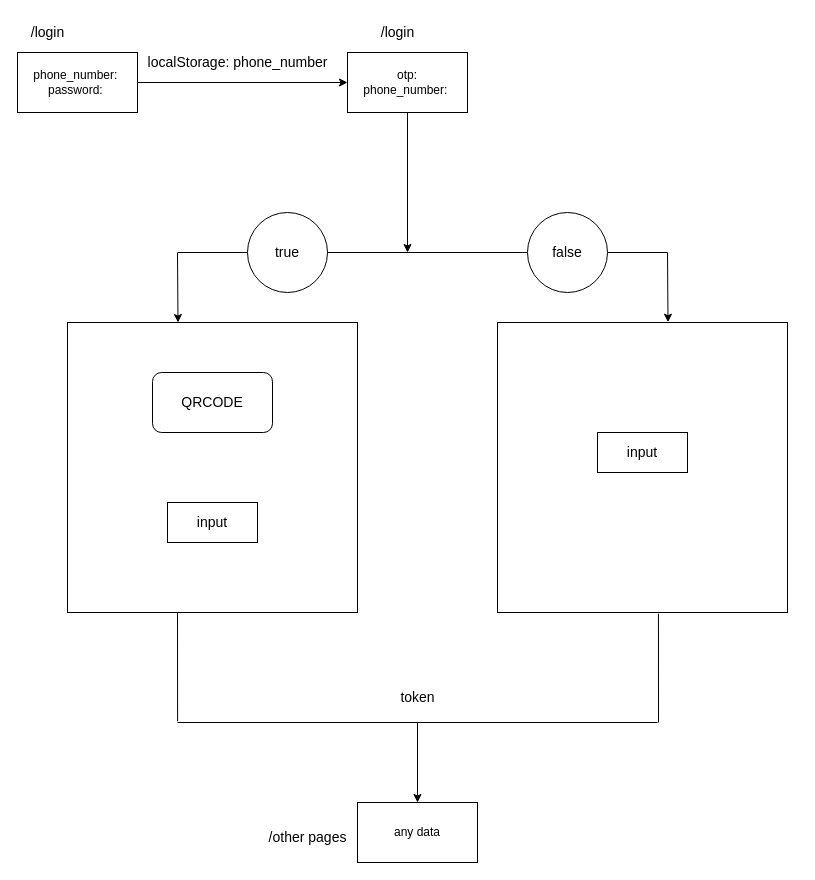
This is employee-login.drawio from MontaserHassan/Auth-DS-Mongo, a draw.io file, before an edit. Source tidied: cells renumbered, new cells numbered last; positions are measured from the earlier drawing's top-left corner, leaving out a move shared by most shapes. Both pictures are drawn from the tidied source at 100%, with x=0, y=0 at pixel (17, 17).
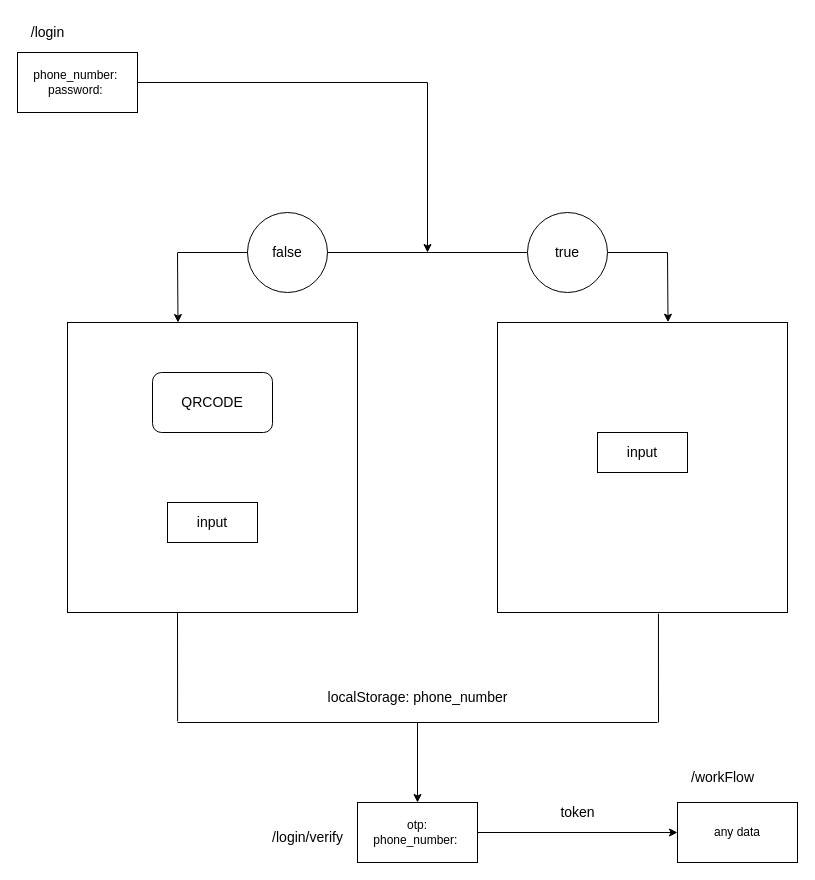
The same page after the edit.

Commit message (it also covers changes not shown here):
add employee OTP logic and update postman collection

Unchanged cells that the change refers to:
```xml
<mxCell id="3" value="phone_number:&amp;nbsp;&lt;br&gt;password:&amp;nbsp;" style="rounded=0;whiteSpace=wrap;html=1;" parent="1" vertex="1">
  <mxGeometry y="35" width="120" height="60" as="geometry" />
</mxCell>
```

What changed in the source:
```diff
@@
-    <mxCell id="2" style="edgeStyle=none;html=1;entryX=0;entryY=0.5;entryDx=0;entryDy=0;" parent="1" edge="1" source="3" target="5">
-      <mxGeometry relative="1" as="geometry" />
+    <mxCell id="2" style="edgeStyle=none;html=1;entryX=0;entryY=0.5;entryDx=0;entryDy=0;" parent="1" edge="1" target="5">
+      <mxGeometry relative="1" as="geometry">
+        <mxPoint x="450" y="815" as="sourcePoint" />
+      </mxGeometry>
     </mxCell>
@@
-    <mxCell id="4" style="edgeStyle=none;html=1;fontSize=14;" parent="1" edge="1" source="5">
-      <mxGeometry relative="1" as="geometry">
-        <mxPoint x="390" y="235" as="targetPoint" />
-      </mxGeometry>
-    </mxCell>
-    <mxCell id="5" value="otp:&lt;br&gt;phone_number:&amp;nbsp;" style="rounded=0;whiteSpace=wrap;html=1;" parent="1" vertex="1">
-      <mxGeometry x="330" y="35" width="120" height="60" as="geometry" />
+    <mxCell id="5" value="any data" style="rounded=0;whiteSpace=wrap;html=1;" parent="1" vertex="1">
+      <mxGeometry x="660" y="785" width="120" height="60" as="geometry" />
     </mxCell>
@@
-    <mxCell id="7" value="&lt;font style=&quot;font-size: 14px;&quot;&gt;/login&lt;/font&gt;" style="text;html=1;align=center;verticalAlign=middle;strokeColor=none;fillColor=none;" parent="1" vertex="1">
-      <mxGeometry x="350" width="60" height="30" as="geometry" />
-    </mxCell>
-    <mxCell id="8" value="localStorage: phone_number" style="text;html=1;align=center;verticalAlign=middle;strokeColor=none;fillColor=none;fontSize=14;" parent="1" vertex="1">
-      <mxGeometry x="120" y="30" width="200" height="30" as="geometry" />
-    </mxCell>
@@
-    <mxCell id="14" value="false" style="ellipse;whiteSpace=wrap;html=1;fontSize=14;" parent="1" vertex="1">
+    <mxCell id="14" value="true" style="ellipse;whiteSpace=wrap;html=1;fontSize=14;" parent="1" vertex="1">
       <mxGeometry x="510" y="195" width="80" height="80" as="geometry" />
     </mxCell>
-    <mxCell id="15" value="true" style="ellipse;whiteSpace=wrap;html=1;fontSize=14;" parent="1" vertex="1">
+    <mxCell id="15" value="false" style="ellipse;whiteSpace=wrap;html=1;fontSize=14;" parent="1" vertex="1">
       <mxGeometry x="230" y="195" width="80" height="80" as="geometry" />
     </mxCell>
@@
-    <mxCell id="20" value="any data" style="rounded=0;whiteSpace=wrap;html=1;" parent="1" vertex="1">
+    <mxCell id="20" value="otp:&lt;br&gt;phone_number:&amp;nbsp;" style="rounded=0;whiteSpace=wrap;html=1;" parent="1" vertex="1">
       <mxGeometry x="340" y="785" width="120" height="60" as="geometry" />
     </mxCell>
-    <mxCell id="21" value="token" style="text;html=1;align=center;verticalAlign=middle;strokeColor=none;fillColor=none;fontSize=14;" parent="1" vertex="1">
-      <mxGeometry x="370" y="665" width="60" height="30" as="geometry" />
+    <mxCell id="21" value="localStorage: phone_number" style="text;html=1;align=center;verticalAlign=middle;strokeColor=none;fillColor=none;fontSize=14;" parent="1" vertex="1">
+      <mxGeometry x="300" y="665" width="200" height="30" as="geometry" />
     </mxCell>
-    <mxCell id="22" value="/other pages" style="text;html=1;align=center;verticalAlign=middle;strokeColor=none;fillColor=none;fontSize=14;" parent="1" vertex="1">
-      <mxGeometry x="240" y="805" width="100" height="30" as="geometry" />
+    <mxCell id="22" value="/login/verify" style="text;html=1;align=center;verticalAlign=middle;strokeColor=none;fillColor=none;fontSize=14;" parent="1" vertex="1">
+      <mxGeometry x="245" y="805" width="90" height="30" as="geometry" />
     </mxCell>
@@
+    <mxCell id="27" style="endArrow=none;html=1;fontSize=14;" parent="1" edge="1">
+      <mxGeometry relative="1" as="geometry">
+        <mxPoint x="120" y="65" as="sourcePoint" />
+        <mxPoint x="410" y="65" as="targetPoint" />
+      </mxGeometry>
+    </mxCell>
+    <mxCell id="28" style="endArrow=classic;html=1;fontSize=14;" parent="1" edge="1">
+      <mxGeometry relative="1" as="geometry">
+        <mxPoint x="410" y="65" as="sourcePoint" />
+        <mxPoint x="410" y="235" as="targetPoint" />
+      </mxGeometry>
+    </mxCell>
+    <mxCell id="29" value="/workFlow" style="text;html=1;align=center;verticalAlign=middle;strokeColor=none;fillColor=none;fontSize=14;" parent="1" vertex="1">
+      <mxGeometry x="660" y="745" width="90" height="30" as="geometry" />
+    </mxCell>
+    <mxCell id="30" value="token" style="text;html=1;align=center;verticalAlign=middle;strokeColor=none;fillColor=none;fontSize=14;" parent="1" vertex="1">
+      <mxGeometry x="530" y="780" width="60" height="30" as="geometry" />
+    </mxCell>
```
